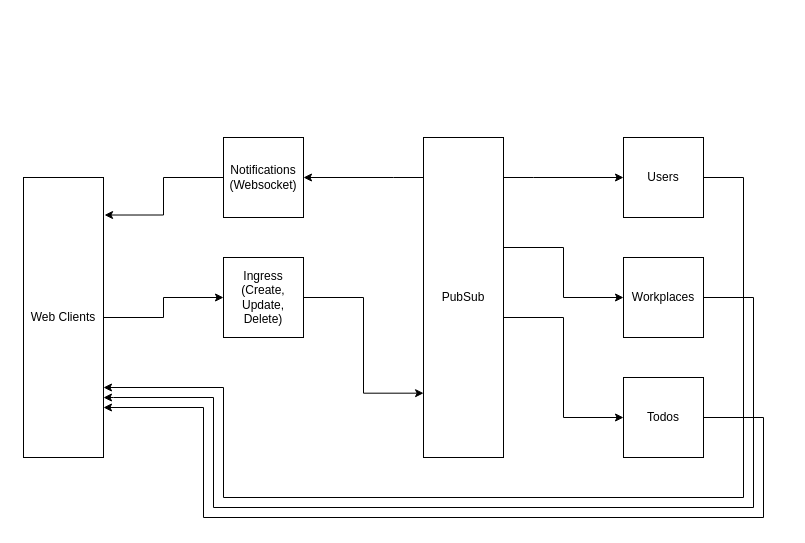
This is Untitled Diagram.drawio from NWylynko/Overbuilt-Todo-app, a draw.io file, before an edit. Source tidied: cells renumbered, new cells numbered last; positions are measured from the earlier drawing's top-left corner, leaving out a move shared by most shapes. Both pictures are drawn from the tidied source at 100%, with x=0, y=0 at pixel (23, 137).
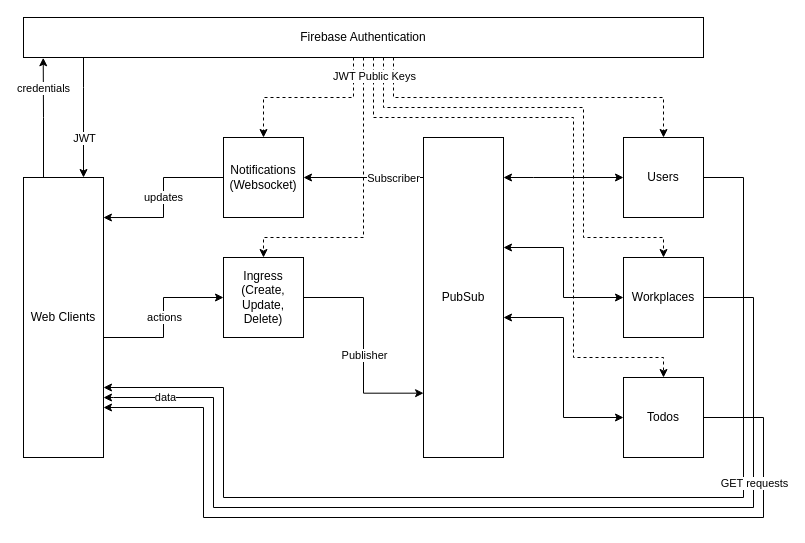
The same diagram, later.

The change refers to these unchanged cells:
```xml
<mxCell id="3" value="Web Clients" style="rounded=0;whiteSpace=wrap;html=1;" parent="1" vertex="1">
  <mxGeometry y="40" width="80" height="280" as="geometry" />
</mxCell>
<mxCell id="5" value="Notifications&lt;br&gt;(Websocket)" style="whiteSpace=wrap;html=1;" parent="1" vertex="1">
  <mxGeometry x="200" width="80" height="80" as="geometry" />
</mxCell>
<mxCell id="6" style="edgeStyle=orthogonalEdgeStyle;rounded=0;jettySize=auto;html=1;entryX=0.001;entryY=0.799;entryDx=0;entryDy=0;entryPerimeter=0;" parent="1" edge="1" source="7" target="12">
  <mxGeometry relative="1" as="geometry">
    <Array as="points">
      <mxPoint x="340" y="160" />
      <mxPoint x="340" y="256" />
    </Array>
  </mxGeometry>
</mxCell>
<mxCell id="7" value="Ingress&lt;br&gt;(Create, Update, Delete)" style="whiteSpace=wrap;html=1;" parent="1" vertex="1">
  <mxGeometry x="200" y="120" width="80" height="80" as="geometry" />
</mxCell>
<mxCell id="8" style="edgeStyle=orthogonalEdgeStyle;rounded=0;jettySize=auto;html=1;entryX=1;entryY=0.5;entryDx=0;entryDy=0;" parent="1" edge="1" source="12" target="5">
  <mxGeometry relative="1" as="geometry">
    <Array as="points">
      <mxPoint x="370" y="40" />
      <mxPoint x="370" y="40" />
    </Array>
  </mxGeometry>
</mxCell>
<mxCell id="12" value="PubSub" style="rounded=0;whiteSpace=wrap;html=1;" parent="1" vertex="1">
  <mxGeometry x="400" width="80" height="320" as="geometry" />
</mxCell>
<mxCell id="14" value="Users" style="whiteSpace=wrap;html=1;" parent="1" vertex="1">
  <mxGeometry x="600" width="80" height="80" as="geometry" />
</mxCell>
<mxCell id="15" style="edgeStyle=orthogonalEdgeStyle;rounded=0;jettySize=auto;html=1;entryX=1;entryY=0.786;entryDx=0;entryDy=0;entryPerimeter=0;" parent="1" edge="1" source="16" target="3">
  <mxGeometry relative="1" as="geometry">
    <Array as="points">
      <mxPoint x="730" y="160" />
      <mxPoint x="730" y="370" />
      <mxPoint x="190" y="370" />
      <mxPoint x="190" y="260" />
      <mxPoint x="90" y="260" />
    </Array>
  </mxGeometry>
</mxCell>
<mxCell id="16" value="Workplaces" style="whiteSpace=wrap;html=1;" parent="1" vertex="1">
  <mxGeometry x="600" y="120" width="80" height="80" as="geometry" />
</mxCell>
<mxCell id="18" value="Todos" style="whiteSpace=wrap;html=1;" parent="1" vertex="1">
  <mxGeometry x="600" y="240" width="80" height="80" as="geometry" />
</mxCell>
```

Change to the diagram source:
```diff
@@
+    <mxCell id="17" style="edgeStyle=orthogonalEdgeStyle;rounded=0;jettySize=auto;html=1;" parent="1" edge="1" source="18">
+      <mxGeometry relative="1" as="geometry">
+        <mxPoint x="80" y="270" as="targetPoint" />
+        <Array as="points">
+          <mxPoint x="740" y="280" />
+          <mxPoint x="740" y="380" />
+          <mxPoint x="180" y="380" />
+          <mxPoint x="180" y="270" />
+        </Array>
+      </mxGeometry>
+    </mxCell>
     <mxCell id="2" style="edgeStyle=orthogonalEdgeStyle;rounded=0;jettySize=auto;html=1;entryX=0;entryY=0.5;entryDx=0;entryDy=0;" parent="1" edge="1" source="3" target="7">
-      <mxGeometry relative="1" as="geometry" />
+      <mxGeometry relative="1" as="geometry">
+        <Array as="points">
+          <mxPoint x="140" y="200" />
+          <mxPoint x="140" y="160" />
+        </Array>
+      </mxGeometry>
     </mxCell>
+    <mxCell id="19" value="actions" style="edgeLabel;html=1;align=center;verticalAlign=middle;" parent="2" vertex="1">
+      <mxGeometry x="0.01" relative="1" as="geometry" />
+    </mxCell>
+    <mxCell id="20" style="edgeStyle=orthogonalEdgeStyle;rounded=0;jettySize=auto;html=1;entryX=0.029;entryY=1.007;entryDx=0;entryDy=0;entryPerimeter=0;" parent="1" edge="1" source="3" target="35">
+      <mxGeometry relative="1" as="geometry">
+        <Array as="points">
+          <mxPoint x="20" y="-20" />
+          <mxPoint x="20" y="-20" />
+        </Array>
+      </mxGeometry>
+    </mxCell>
+    <mxCell id="21" value="credentials" style="edgeLabel;html=1;align=center;verticalAlign=middle;" parent="20" vertex="1">
+      <mxGeometry x="0.07" relative="1" as="geometry">
+        <mxPoint y="-26" as="offset" />
+      </mxGeometry>
+    </mxCell>
@@
-    <mxCell id="4" style="edgeStyle=orthogonalEdgeStyle;rounded=0;jettySize=auto;html=1;entryX=1.013;entryY=0.134;entryDx=0;entryDy=0;entryPerimeter=0;" parent="1" edge="1" source="5" target="3">
-      <mxGeometry relative="1" as="geometry" />
+    <mxCell id="4" style="edgeStyle=orthogonalEdgeStyle;rounded=0;jettySize=auto;html=1;entryX=0.999;entryY=0.143;entryDx=0;entryDy=0;entryPerimeter=0;" parent="1" edge="1" source="5" target="3">
+      <mxGeometry relative="1" as="geometry">
+        <Array as="points">
+          <mxPoint x="140" y="40" />
+          <mxPoint x="140" y="80" />
+        </Array>
+      </mxGeometry>
     </mxCell>
+    <mxCell id="22" value="updates" style="edgeLabel;html=1;align=center;verticalAlign=middle;" parent="4" vertex="1">
+      <mxGeometry x="-0.01" y="-1" relative="1" as="geometry" />
+    </mxCell>
@@
+    <mxCell id="23" value="Publisher" style="edgeLabel;html=1;align=center;verticalAlign=middle;" parent="6" vertex="1">
+      <mxGeometry x="0.08" relative="1" as="geometry" />
+    </mxCell>
@@
+    <mxCell id="24" value="Subscriber" style="edgeLabel;html=1;align=center;verticalAlign=middle;" parent="8" vertex="1">
+      <mxGeometry x="-0.27" relative="1" as="geometry">
+        <mxPoint x="13" as="offset" />
+      </mxGeometry>
+    </mxCell>
-    <mxCell id="9" style="edgeStyle=orthogonalEdgeStyle;rounded=0;jettySize=auto;html=1;entryX=0;entryY=0.5;entryDx=0;entryDy=0;" parent="1" edge="1" source="12" target="14">
+    <mxCell id="9" style="edgeStyle=orthogonalEdgeStyle;rounded=0;jettySize=auto;html=1;entryX=0;entryY=0.5;entryDx=0;entryDy=0;startArrow=classic;startFill=1;" parent="1" edge="1" source="12" target="14">
       <mxGeometry relative="1" as="geometry">
         <Array as="points">
           <mxPoint x="510" y="40" />
           <mxPoint x="510" y="40" />
         </Array>
       </mxGeometry>
     </mxCell>
-    <mxCell id="10" style="edgeStyle=orthogonalEdgeStyle;rounded=0;jettySize=auto;html=1;entryX=0;entryY=0.5;entryDx=0;entryDy=0;" parent="1" edge="1" source="12" target="16">
+    <mxCell id="10" style="edgeStyle=orthogonalEdgeStyle;rounded=0;jettySize=auto;html=1;entryX=0;entryY=0.5;entryDx=0;entryDy=0;startArrow=classic;startFill=1;" parent="1" edge="1" source="12" target="16">
       <mxGeometry relative="1" as="geometry">
         <Array as="points">
           <mxPoint x="540" y="110" />
           <mxPoint x="540" y="160" />
         </Array>
       </mxGeometry>
     </mxCell>
-    <mxCell id="11" style="edgeStyle=orthogonalEdgeStyle;rounded=0;jettySize=auto;html=1;entryX=0;entryY=0.5;entryDx=0;entryDy=0;" parent="1" edge="1" source="12" target="18">
+    <mxCell id="11" style="edgeStyle=orthogonalEdgeStyle;rounded=0;jettySize=auto;html=1;entryX=0;entryY=0.5;entryDx=0;entryDy=0;startArrow=classic;startFill=1;" parent="1" edge="1" source="12" target="18">
       <mxGeometry relative="1" as="geometry">
         <Array as="points">
           <mxPoint x="540" y="180" />
           <mxPoint x="540" y="280" />
         </Array>
       </mxGeometry>
     </mxCell>
@@
+    <mxCell id="25" value="GET requests" style="edgeLabel;html=1;align=center;verticalAlign=middle;" parent="15" vertex="1">
+      <mxGeometry x="-0.54" relative="1" as="geometry" />
+    </mxCell>
+    <mxCell id="26" value="data" style="edgeLabel;html=1;align=center;verticalAlign=middle;" parent="15" vertex="1">
+      <mxGeometry x="0.88" y="-1" relative="1" as="geometry" />
+    </mxCell>
@@
-    <mxCell id="17" style="edgeStyle=orthogonalEdgeStyle;rounded=0;jettySize=auto;html=1;" parent="1" edge="1" source="18">
-      <mxGeometry relative="1" as="geometry">
-        <mxPoint x="80" y="270" as="targetPoint" />
-        <Array as="points">
-          <mxPoint x="740" y="280" />
-          <mxPoint x="740" y="380" />
-          <mxPoint x="180" y="380" />
-          <mxPoint x="180" y="270" />
-        </Array>
-      </mxGeometry>
-    </mxCell>
@@
+    <mxCell id="27" style="edgeStyle=orthogonalEdgeStyle;rounded=0;jettySize=auto;html=1;entryX=0.5;entryY=0;entryDx=0;entryDy=0;dashed=1;" parent="1" edge="1" source="35" target="5">
+      <mxGeometry relative="1" as="geometry">
+        <Array as="points">
+          <mxPoint x="330" y="-40" />
+          <mxPoint x="240" y="-40" />
+        </Array>
+      </mxGeometry>
+    </mxCell>
+    <mxCell id="28" style="edgeStyle=orthogonalEdgeStyle;rounded=0;jettySize=auto;html=1;entryX=0.5;entryY=0;entryDx=0;entryDy=0;dashed=1;" parent="1" edge="1" source="35" target="7">
+      <mxGeometry relative="1" as="geometry">
+        <Array as="points">
+          <mxPoint x="340" y="100" />
+          <mxPoint x="240" y="100" />
+        </Array>
+      </mxGeometry>
+    </mxCell>
+    <mxCell id="29" style="edgeStyle=orthogonalEdgeStyle;rounded=0;jettySize=auto;html=1;entryX=0.5;entryY=0;entryDx=0;entryDy=0;dashed=1;" parent="1" edge="1" source="35" target="14">
+      <mxGeometry relative="1" as="geometry">
+        <Array as="points">
+          <mxPoint x="370" y="-40" />
+          <mxPoint x="640" y="-40" />
+        </Array>
+      </mxGeometry>
+    </mxCell>
+    <mxCell id="30" style="edgeStyle=orthogonalEdgeStyle;rounded=0;jettySize=auto;html=1;entryX=0.5;entryY=0;entryDx=0;entryDy=0;dashed=1;" parent="1" edge="1" source="35" target="16">
+      <mxGeometry relative="1" as="geometry">
+        <Array as="points">
+          <mxPoint x="360" y="-30" />
+          <mxPoint x="560" y="-30" />
+          <mxPoint x="560" y="100" />
+          <mxPoint x="640" y="100" />
+        </Array>
+      </mxGeometry>
+    </mxCell>
+    <mxCell id="31" style="edgeStyle=orthogonalEdgeStyle;rounded=0;jettySize=auto;html=1;entryX=0.5;entryY=0;entryDx=0;entryDy=0;dashed=1;" parent="1" edge="1" source="35" target="18">
+      <mxGeometry relative="1" as="geometry">
+        <Array as="points">
+          <mxPoint x="350" y="-20" />
+          <mxPoint x="550" y="-20" />
+          <mxPoint x="550" y="220" />
+          <mxPoint x="640" y="220" />
+        </Array>
+      </mxGeometry>
+    </mxCell>
+    <mxCell id="32" value="JWT Public Keys" style="edgeLabel;html=1;align=center;verticalAlign=middle;" parent="31" vertex="1">
+      <mxGeometry x="-0.94" relative="1" as="geometry" />
+    </mxCell>
+    <mxCell id="33" style="edgeStyle=orthogonalEdgeStyle;rounded=0;jettySize=auto;html=1;entryX=0.75;entryY=0;entryDx=0;entryDy=0;startArrow=none;startFill=0;" parent="1" edge="1" source="35" target="3">
+      <mxGeometry relative="1" as="geometry">
+        <Array as="points">
+          <mxPoint x="60" y="-50" />
+          <mxPoint x="60" y="-50" />
+        </Array>
+      </mxGeometry>
+    </mxCell>
+    <mxCell id="34" value="JWT" style="edgeLabel;html=1;align=center;verticalAlign=middle;" parent="33" vertex="1">
+      <mxGeometry x="-0.05" relative="1" as="geometry">
+        <mxPoint y="23" as="offset" />
+      </mxGeometry>
+    </mxCell>
+    <mxCell id="35" value="Firebase Authentication" style="rounded=0;whiteSpace=wrap;html=1;" parent="1" vertex="1">
+      <mxGeometry y="-120" width="680" height="40" as="geometry" />
+    </mxCell>
```
